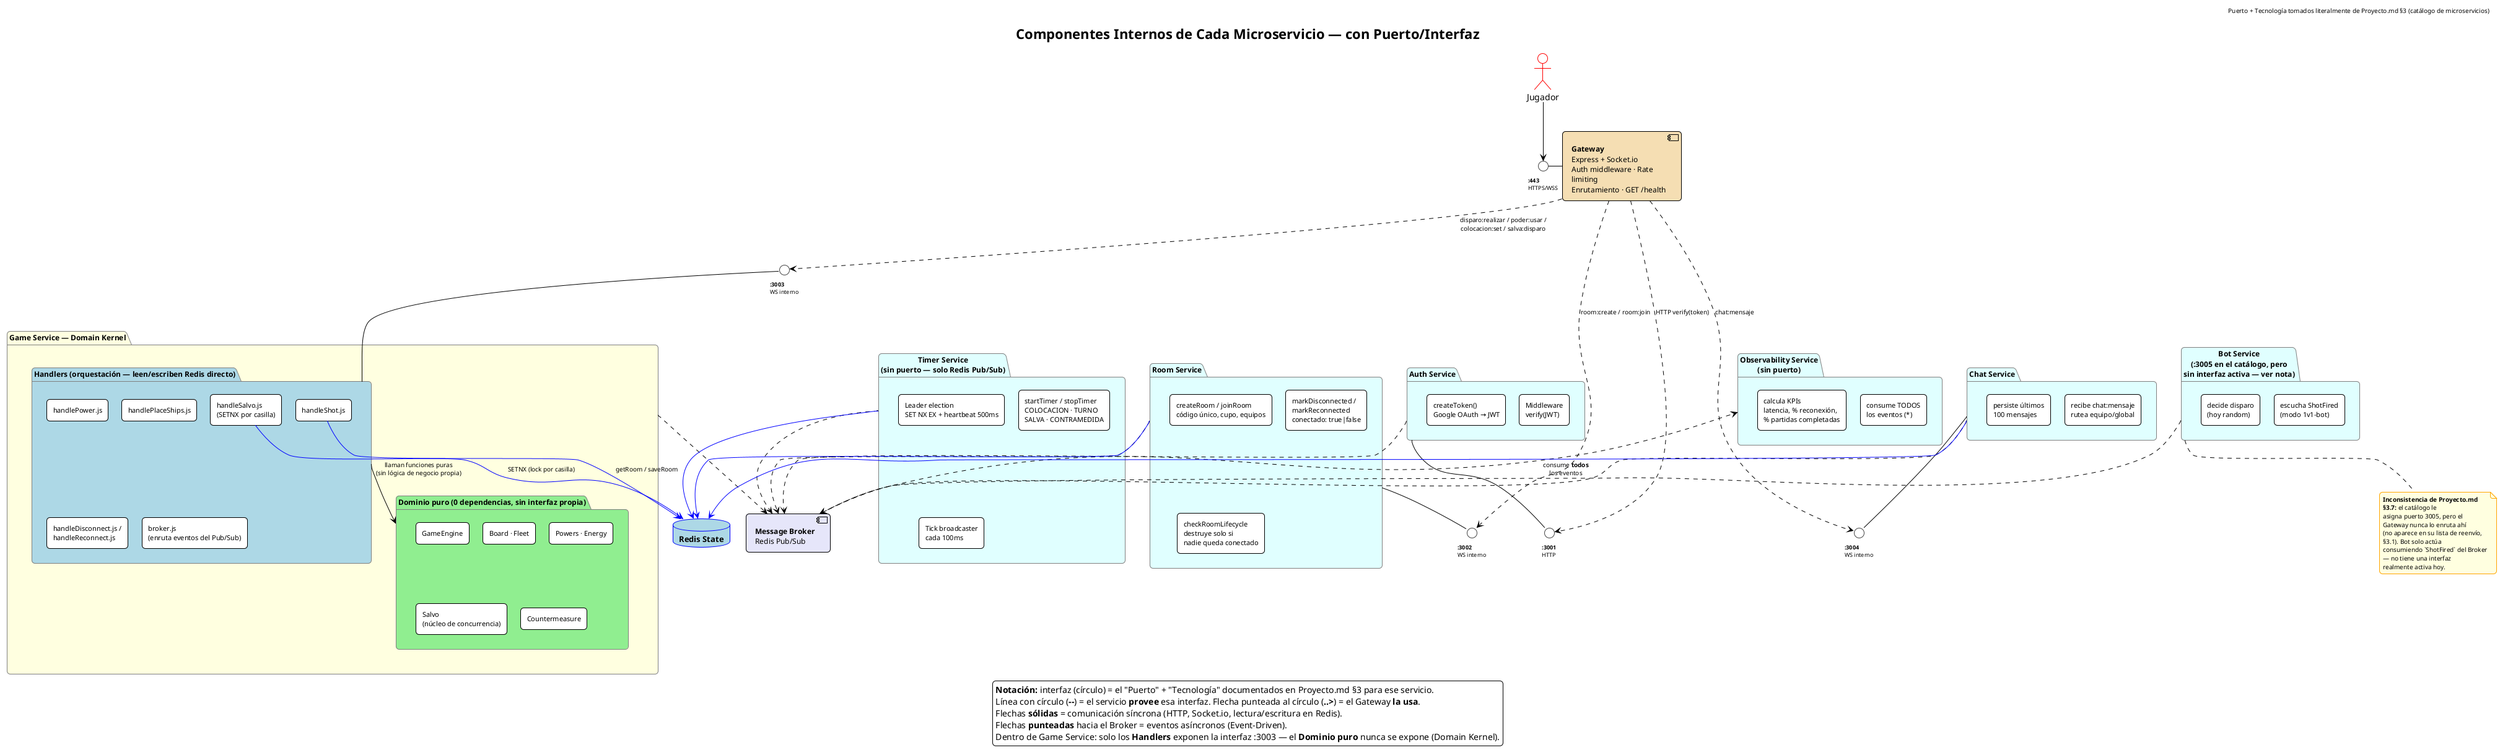
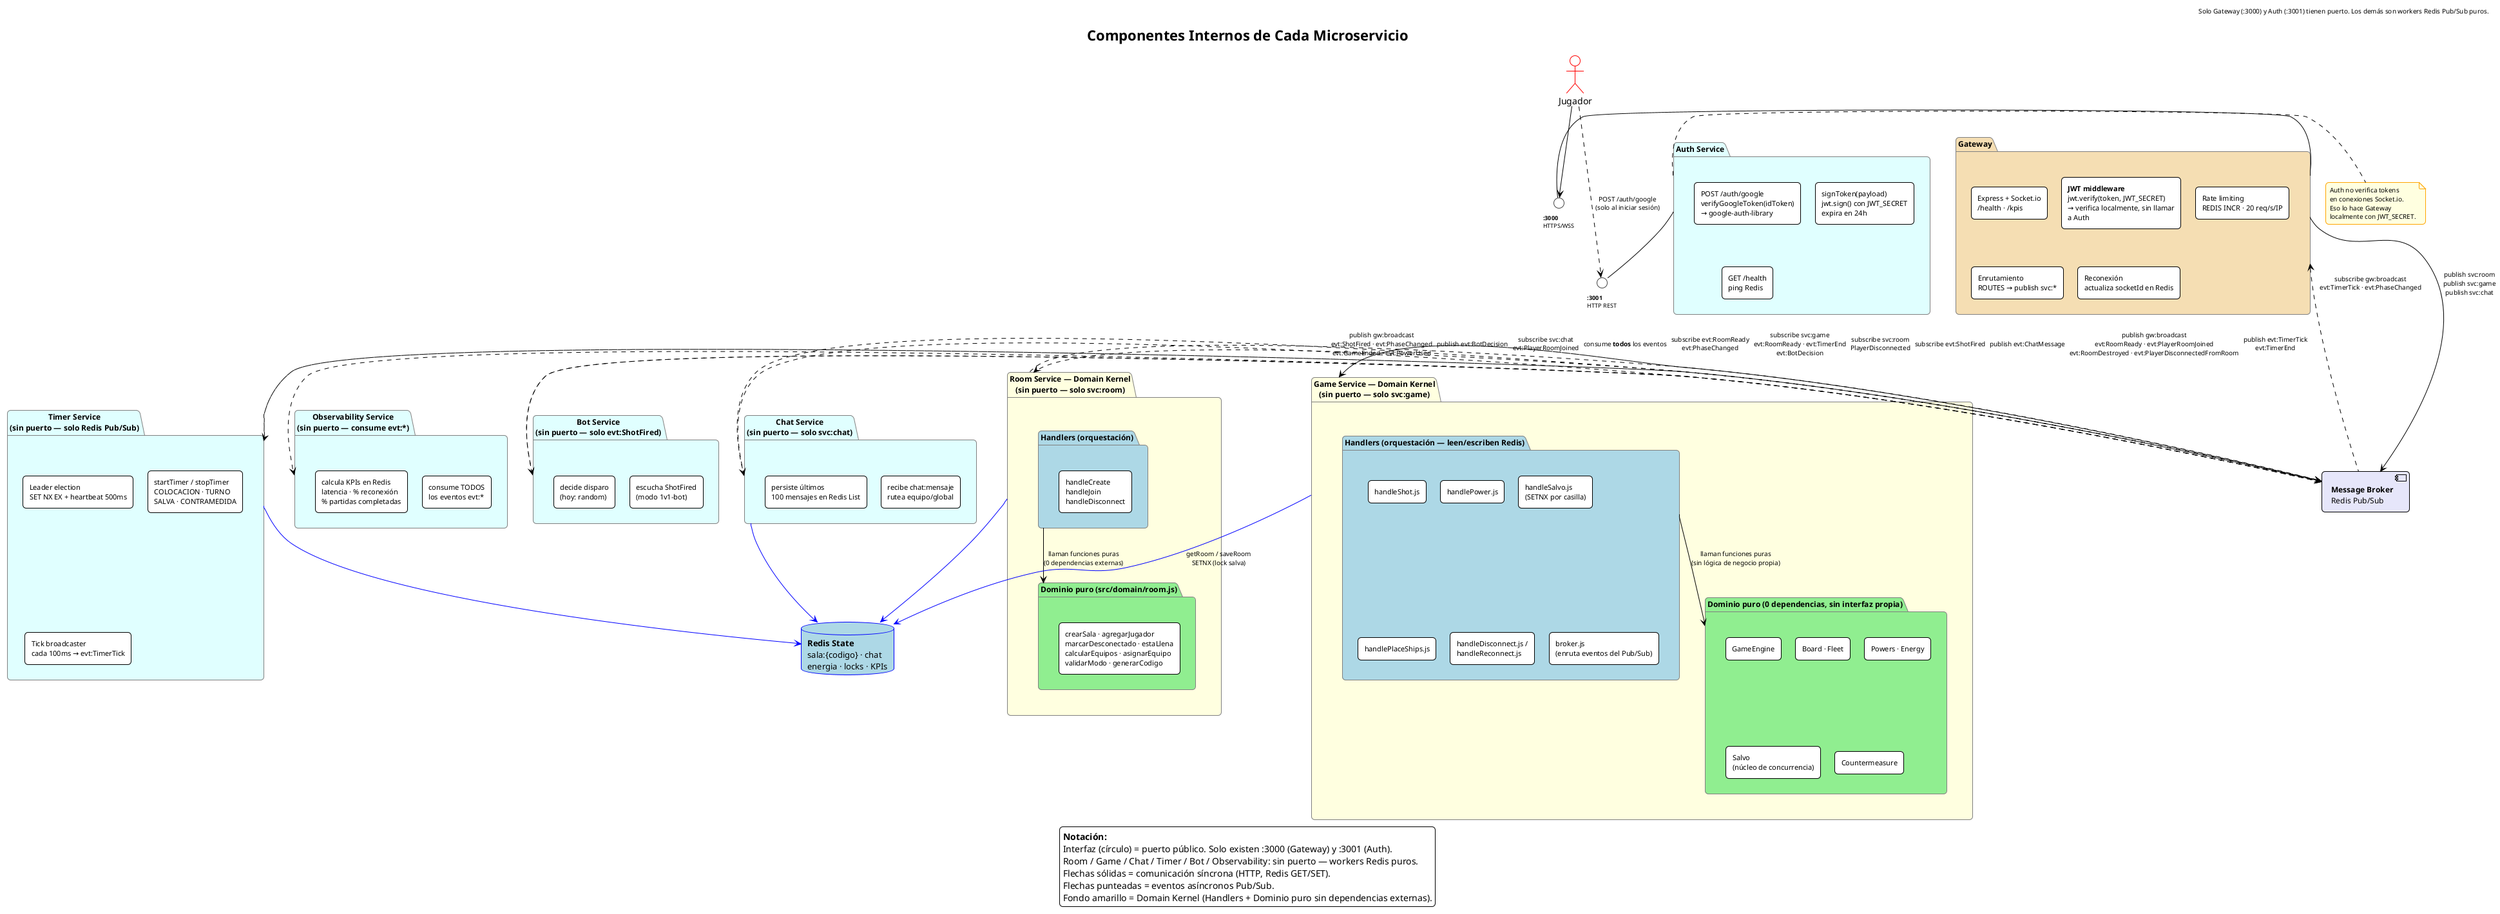
@startuml 05-componentes-por-servicio

- title Componentes Internos de Cada Microservicio — con Puerto/Interfaz
- header Puerto + Tecnología tomados literalmente de Proyecto.md §3 (catálogo de microservicios)
+ title Componentes Internos de Cada Microservicio
+ header Solo Gateway (:3000) y Auth (:3001) tienen puerto. Los demás son workers Redis Pub/Sub puros.

!theme plain
skinparam defaultFontName Consolas
skinparam wrapWidth 170
skinparam nodesep 22
skinparam ranksep 45
skinparam shadowing false
skinparam roundCorner 10
skinparam component {
  BackgroundColor LightGray
  BorderColor Black
  FontSize 12
}
skinparam database {
  BackgroundColor LightBlue
  BorderColor Blue
  FontSize 13
}
skinparam actor {
  BorderColor Red
}
skinparam package {
  BackgroundColor White
  BorderColor Gray
  FontSize 12
}
skinparam rectangle {
  FontSize 11
}
skinparam interface {
  BackgroundColor White
  BorderColor #444444
  FontSize 9
}
skinparam note {
  BackgroundColor LightYellow
  BorderColor Orange
  FontSize 10
}
skinparam ArrowFontSize 10

actor "Jugador" as Jugador

- interface "**:443**\nHTTPS/WSS" as IGateway
- component "**Gateway**\nExpress + Socket.io\nAuth middleware · Rate limiting\nEnrutamiento · GET /health" as Gateway #Wheat
+ ' ===================== GATEWAY — único punto de entrada =====================
+ interface "**:3000**\nHTTPS/WSS" as IGateway
+ package "**Gateway**" as GatewayBox #Wheat {
+   rectangle "Express + Socket.io\n/health · /kpis" as GW1
+   rectangle "**JWT middleware**\njwt.verify(token, JWT_SECRET)\n→ verifica localmente, sin llamar a Auth" as GW2
+   rectangle "Rate limiting\nREDIS INCR · 20 req/s/IP" as GW3
+   rectangle "Enrutamiento\nROUTES → publish svc:*" as GW4
+   rectangle "Reconexión\nactualiza socketId en Redis" as GW5
+ }
+ Jugador -down-> IGateway
+ IGateway - GatewayBox

- Jugador -down-> IGateway
- IGateway - Gateway
+ ' ===================== AUTH — único servicio con HTTP propio =====================
+ interface "**:3001**\nHTTP REST" as IAuth
+ package "**Auth Service**" as AuthBox #LightCyan {
+   rectangle "POST /auth/google\nverifyGoogleToken(idToken)\n→ google-auth-library" as Auth1
+   rectangle "signToken(payload)\njwt.sign() con JWT_SECRET\nexpira en 24h" as Auth2
+   rectangle "GET /health\nping Redis" as Auth3
+ }
+ AuthBox -- IAuth
+ Jugador ..> IAuth : POST /auth/google\n(solo al iniciar sesión)

- ' ===================== FILA 1: servicios simples, cada uno con su interfaz =====================
+ note right of AuthBox
+   Auth no verifica tokens
+   en conexiones Socket.io.
+   Eso lo hace Gateway
+   localmente con JWT_SECRET.
+ end note
+ 
+ ' ===================== ROOM SERVICE — Domain Kernel =====================
+ package "**Room Service** — Domain Kernel\n(sin puerto — solo svc:room)" as RoomBox #LightYellow {
+ 
+   package "Handlers (orquestación)" as RoomHandlers #LightBlue {
+     rectangle "handleCreate\nhandleJoin\nhandleDisconnect" as RH1
+   }
+ 
+   package "Dominio puro (src/domain/room.js)" as RoomDomain #LightGreen {
+     rectangle "crearSala · agregarJugador\nmarcarDesconectado · estaLlena\ncalcularEquipos · asignarEquipo\nvalidarModo · generarCodigo" as RD1
+   }
+ 
+   RoomHandlers -down-> RoomDomain : llaman funciones puras\n(0 dependencias externas)
+ }
+ 
+ ' ===================== TIMER SERVICE =====================
+ package "**Timer Service**\n(sin puerto — solo Redis Pub/Sub)" as TimerBox #LightCyan {
+   rectangle "Leader election\nSET NX EX + heartbeat 500ms" as Timer1
+   rectangle "startTimer / stopTimer\nCOLOCACION · TURNO\nSALVA · CONTRAMEDIDA" as Timer2
+   rectangle "Tick broadcaster\ncada 100ms → evt:TimerTick" as Timer3
+ }
+ 
+ ' ===================== CHAT + BOT + OBS =====================
together {
-   interface "**:3001**\nHTTP" as IAuth
-   package "Auth Service" as AuthBox #LightCyan {
-     rectangle "Middleware\nverify(JWT)" as Auth1
-     rectangle "createToken()\nGoogle OAuth → JWT" as Auth2
+   package "**Chat Service**\n(sin puerto — solo svc:chat)" as ChatBox #LightCyan {
+     rectangle "recibe chat:mensaje\nrutea equipo/global" as Chat1
+     rectangle "persiste últimos\n100 mensajes en Redis List" as Chat2
  }
-   AuthBox -- IAuth

-   interface "**:3002**\nWS interno" as IRoom
-   package "Room Service" as RoomBox #LightCyan {
-     rectangle "createRoom / joinRoom\ncódigo único, cupo, equipos" as Room1
-     rectangle "markDisconnected /\nmarkReconnected\nconectado: true|false" as Room2
-     rectangle "checkRoomLifecycle\ndestruye solo si\nnadie queda conectado" as Room3
+   package "**Bot Service**\n(sin puerto — solo evt:ShotFired)" as BotBox #LightCyan {
+     rectangle "escucha ShotFired\n(modo 1v1-bot)" as Bot1
+     rectangle "decide disparo\n(hoy: random)" as Bot2
  }
-   RoomBox -- IRoom

-   package "Timer Service\n(sin puerto — solo Redis Pub/Sub)" as TimerBox #LightCyan {
-     rectangle "Leader election\nSET NX EX + heartbeat 500ms" as Timer1
-     rectangle "startTimer / stopTimer\nCOLOCACION · TURNO\nSALVA · CONTRAMEDIDA" as Timer2
-     rectangle "Tick broadcaster\ncada 100ms" as Timer3
+   package "**Observability Service**\n(sin puerto — consume evt:*)" as ObsBox #LightCyan {
+     rectangle "consume TODOS\nlos eventos evt:*" as Obs1
+     rectangle "calcula KPIs en Redis\nlatencia · % reconexión\n% partidas completadas" as Obs2
  }
}

- ' ===================== FILA 2: servicios no críticos =====================
- together {
-   interface "**:3004**\nWS interno" as IChat
-   package "Chat Service" as ChatBox #LightCyan {
-     rectangle "recibe chat:mensaje\nrutea equipo/global" as Chat1
-     rectangle "persiste últimos\n100 mensajes" as Chat2
-   }
-   ChatBox -- IChat
+ ' ===================== GAME SERVICE — Domain Kernel =====================
+ package "**Game Service** — Domain Kernel\n(sin puerto — solo svc:game)" as GameBox #LightYellow {

-   package "Bot Service\n(:3005 en el catálogo, pero\nsin interfaz activa — ver nota)" as BotBox #LightCyan {
-     rectangle "escucha ShotFired\n(modo 1v1-bot)" as Bot1
-     rectangle "decide disparo\n(hoy random)" as Bot2
-   }
- 
-   package "Observability Service\n(sin puerto)" as ObsBox #LightCyan {
-     rectangle "consume TODOS\nlos eventos (*)" as Obs1
-     rectangle "calcula KPIs\nlatencia, % reconexión,\n% partidas completadas" as Obs2
-   }
- }
- 
- ' ===================== Game Service — el más complejo (Domain Kernel) =====================
- interface "**:3003**\nWS interno" as IGame
- 
- package "**Game Service** — Domain Kernel" as GameBox #LightYellow {
- 
-   package "Handlers (orquestación — leen/escriben Redis directo)" as Handlers #LightBlue {
+   package "Handlers (orquestación — leen/escriben Redis)" as GameHandlers #LightBlue {
    rectangle "handleShot.js" as H1
    rectangle "handlePower.js" as H2
    rectangle "handleSalvo.js\n(SETNX por casilla)" as H3
    rectangle "handlePlaceShips.js" as H4
    rectangle "handleDisconnect.js /\nhandleReconnect.js" as H5
    rectangle "broker.js\n(enruta eventos del Pub/Sub)" as H6
  }

-   package "Dominio puro (0 dependencias, sin interfaz propia)" as Domain #LightGreen {
+   package "Dominio puro (0 dependencias, sin interfaz propia)" as GameDomain #LightGreen {
    rectangle "GameEngine" as D1
    rectangle "Board · Fleet" as D2
    rectangle "Powers · Energy" as D3
    rectangle "Salvo\n(núcleo de concurrencia)" as D4
    rectangle "Countermeasure" as D5
  }

-   Handlers -down-> Domain : llaman funciones puras\n(sin lógica de negocio propia)
-   Handlers -up- IGame
+   GameHandlers -down-> GameDomain : llaman funciones puras\n(sin lógica de negocio propia)
}

+ ' ===================== INFRAESTRUCTURA =====================
component "**Message Broker**\nRedis Pub/Sub" as Broker #Lavender
- database "**Redis State**" as Redis #LightBlue
+ database "**Redis State**\nsala:{codigo} · chat\nenergia · locks · KPIs" as Redis #LightBlue

- ' ===================== Conexiones generales =====================
- Gateway ..> IAuth : HTTP verify(token)
- Gateway ..> IRoom : room:create / room:join
- Gateway ..> IGame : disparo:realizar / poder:usar /\ncolocacion:set / salva:disparo
- Gateway ..> IChat : chat:mensaje
+ ' ===================== Conexiones =====================
+ ' Gateway publica en Redis, nunca llama directamente a servicios de dominio
+ GatewayBox -down-> Broker : publish svc:room\npublish svc:game\npublish svc:chat
+ Broker .up.> GatewayBox : subscribe gw:broadcast\nevt:TimerTick · evt:PhaseChanged

- AuthBox .right.> Broker
- RoomBox .down.> Broker
- TimerBox .down.> Broker
- ChatBox .down.> Broker
- BotBox .down.> Broker
- GameBox .down.> Broker
- Broker .right.> ObsBox : consume **todos**\nlos eventos
+ RoomBox .down.> Broker : publish gw:broadcast\nevt:RoomReady · evt:PlayerRoomJoined\nevt:RoomDestroyed · evt:PlayerDisconnectedFromRoom
+ GameBox .down.> Broker : publish gw:broadcast\nevt:ShotFired · evt:PhaseChanged\nevt:GameEnded · evt:PowerUsed
+ TimerBox .down.> Broker : publish evt:TimerTick\nevt:TimerEnd
+ ChatBox .down.> Broker : publish evt:ChatMessage
+ BotBox .down.> Broker : publish evt:BotDecision
+ 
+ Broker .right.> RoomBox : subscribe svc:room\nPlayerDisconnected
+ Broker .right.> GameBox : subscribe svc:game\nevt:RoomReady · evt:TimerEnd\nevt:BotDecision
+ Broker .right.> ChatBox : subscribe svc:chat\nevt:PlayerRoomJoined
+ Broker .right.> TimerBox : subscribe evt:RoomReady\nevt:PhaseChanged
+ Broker .right.> BotBox : subscribe evt:ShotFired
+ Broker .down.> ObsBox : consume **todos** los eventos

RoomBox -[#blue]-> Redis
TimerBox -[#blue]-> Redis
ChatBox -[#blue]-> Redis
- H1 -[#blue]down-> Redis : getRoom / saveRoom
- H3 -[#blue]down-> Redis : SETNX (lock por casilla)
- 
- note bottom of BotBox
-   **Inconsistencia de Proyecto.md §3.7:** el catálogo le
-   asigna puerto 3005, pero el Gateway nunca lo enruta ahí
-   (no aparece en su lista de reenvío, §3.1). Bot solo actúa
-   consumiendo `ShotFired` del Broker — no tiene una interfaz
-   realmente activa hoy.
- end note
+ GameBox -[#blue]-> Redis : getRoom / saveRoom\nSETNX (lock salva)

legend bottom center
-   <b>Notación:</b> interfaz (círculo) = el "Puerto" + "Tecnología" documentados en Proyecto.md §3 para ese servicio.
-   Línea con círculo (<b>--</b>) = el servicio <b>provee</b> esa interfaz. Flecha punteada al círculo (<b>..></b>) = el Gateway <b>la usa</b>.
-   Flechas <b>sólidas</b> = comunicación síncrona (HTTP, Socket.io, lectura/escritura en Redis).
-   Flechas <b>punteadas</b> hacia el Broker = eventos asíncronos (Event-Driven).
-   Dentro de Game Service: solo los <b>Handlers</b> exponen la interfaz :3003 — el <b>Dominio puro</b> nunca se expone (Domain Kernel).
+   <b>Notación:</b>
+   Interfaz (círculo) = puerto público. Solo existen :3000 (Gateway) y :3001 (Auth).
+   Room / Game / Chat / Timer / Bot / Observability: sin puerto — workers Redis puros.
+   Flechas sólidas = comunicación síncrona (HTTP, Redis GET/SET).
+   Flechas punteadas = eventos asíncronos Pub/Sub.
+   Fondo amarillo = Domain Kernel (Handlers + Dominio puro sin dependencias externas).
end legend

@enduml
